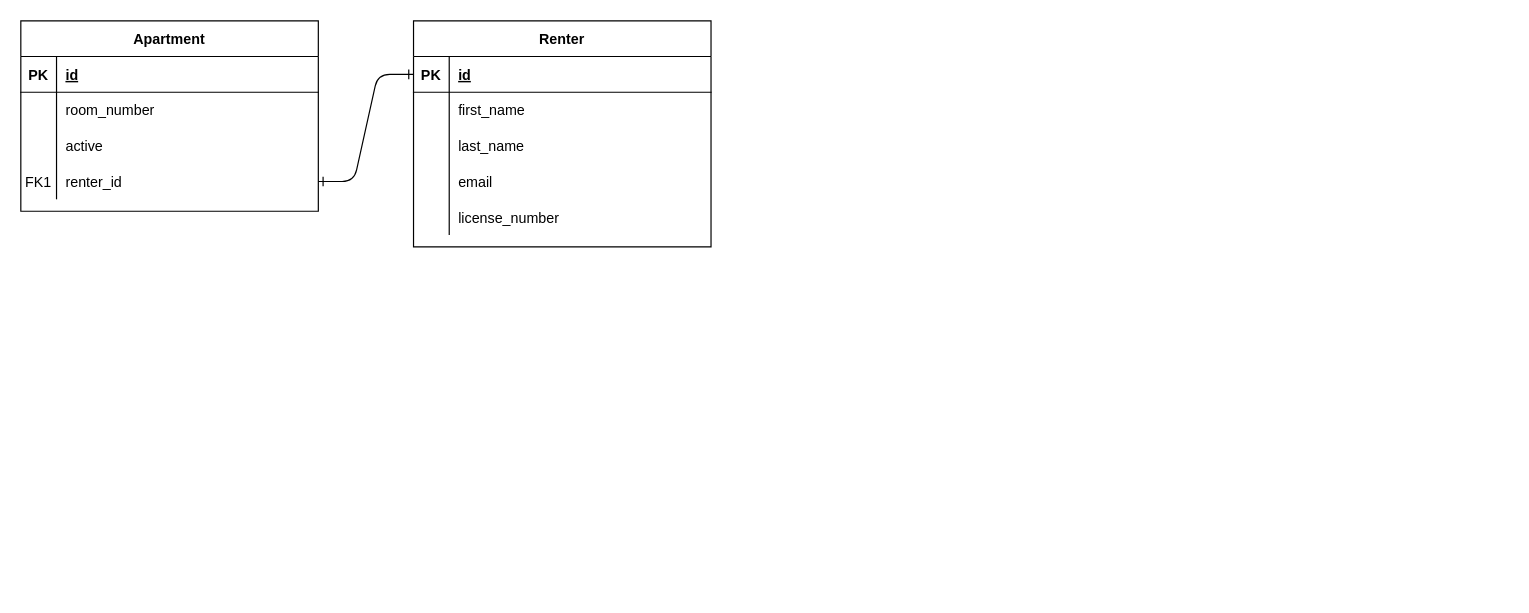
This is test.drawio from Iliya-creator/ERDs, a draw.io file, before an edit. Source tidied: cells renumbered, new cells numbered last; positions are measured from the earlier drawing's top-left corner, leaving out a move shared by most shapes. Both pictures are drawn from the tidied source at 119%, with x=0, y=0 at pixel (20, 20).
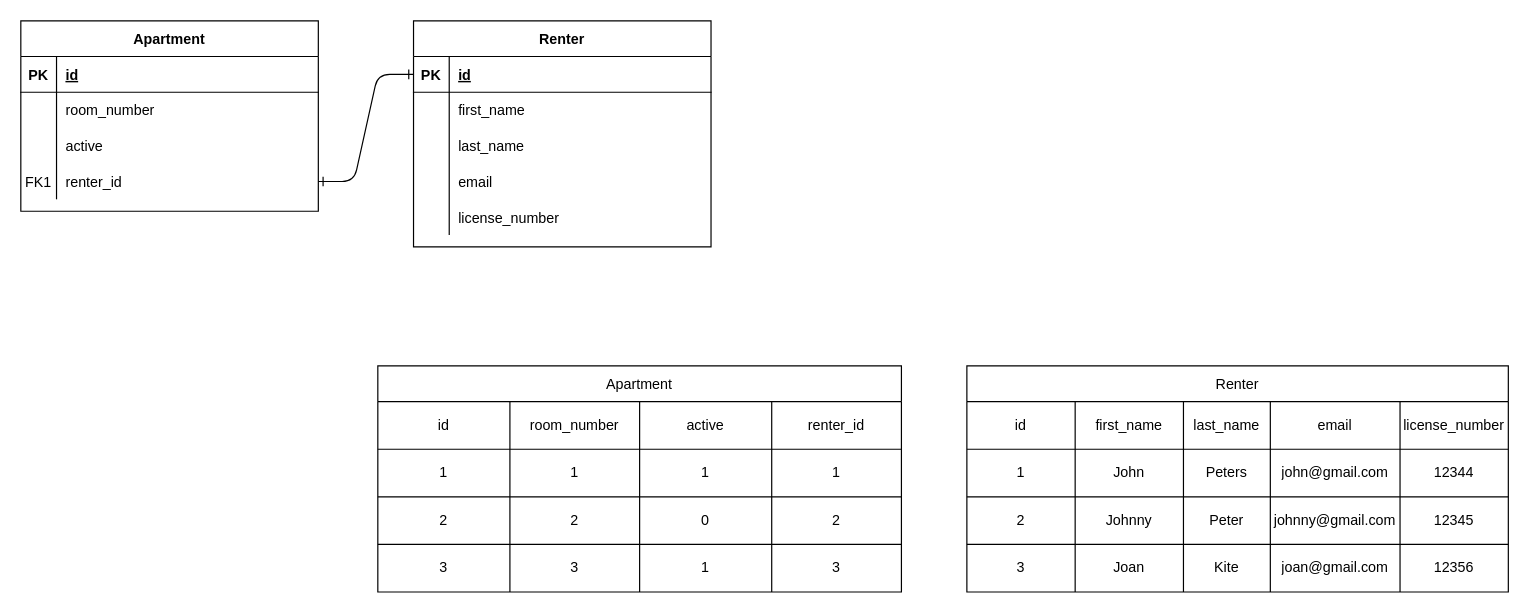
The same page after the edit.

Commit message:
added exercise 1.1 data tables

What changed in the source:
```diff
@@
+    <mxCell id="33" value="Apartment" style="shape=table;startSize=30;childLayout=tableLayout;" parent="1" vertex="1">
+      <mxGeometry x="300" y="290" width="440" height="190" as="geometry" />
+    </mxCell>
+    <mxCell id="34" style="shape=tableRow;horizontal=0;startSize=0;swimlaneHead=0;swimlaneBody=0;top=0;left=0;bottom=0;right=0;fillColor=none;" parent="33" vertex="1">
+      <mxGeometry y="30" width="440" height="40" as="geometry" />
+    </mxCell>
+    <mxCell id="35" value="id" style="shape=partialRectangle;html=1;whiteSpace=wrap;overflow=hidden;fillColor=none;top=0;left=0;bottom=0;right=0;" parent="34" vertex="1">
+      <mxGeometry width="111" height="40" as="geometry" />
+    </mxCell>
+    <mxCell id="36" value="room_number" style="shape=partialRectangle;html=1;whiteSpace=wrap;overflow=hidden;fillColor=none;top=0;left=0;bottom=0;right=0;" parent="34" vertex="1">
+      <mxGeometry x="111" width="109" height="40" as="geometry" />
+    </mxCell>
+    <mxCell id="37" value="active" style="shape=partialRectangle;html=1;whiteSpace=wrap;overflow=hidden;fillColor=none;top=0;left=0;bottom=0;right=0;" parent="34" vertex="1">
+      <mxGeometry x="220" width="111" height="40" as="geometry" />
+    </mxCell>
+    <mxCell id="38" value="renter_id" style="shape=partialRectangle;html=1;whiteSpace=wrap;overflow=hidden;fillColor=none;top=0;left=0;bottom=0;right=0;" parent="34" vertex="1">
+      <mxGeometry x="331" width="109" height="40" as="geometry" />
+    </mxCell>
+    <mxCell id="39" style="shape=tableRow;horizontal=0;startSize=0;swimlaneHead=0;swimlaneBody=0;top=0;left=0;bottom=0;right=0;fillColor=none;" parent="33" vertex="1">
+      <mxGeometry y="70" width="440" height="40" as="geometry" />
+    </mxCell>
+    <mxCell id="40" value="1" style="shape=partialRectangle;html=1;whiteSpace=wrap;overflow=hidden;fillColor=none;top=0;left=0;bottom=0;right=0;" parent="39" vertex="1">
+      <mxGeometry width="111" height="40" as="geometry" />
+    </mxCell>
+    <mxCell id="41" value="1" style="shape=partialRectangle;html=1;whiteSpace=wrap;overflow=hidden;fillColor=none;top=0;left=0;bottom=0;right=0;" parent="39" vertex="1">
+      <mxGeometry x="111" width="109" height="40" as="geometry" />
+    </mxCell>
+    <mxCell id="42" value="1" style="shape=partialRectangle;html=1;whiteSpace=wrap;overflow=hidden;fillColor=none;top=0;left=0;bottom=0;right=0;" parent="39" vertex="1">
+      <mxGeometry x="220" width="111" height="40" as="geometry" />
+    </mxCell>
+    <mxCell id="43" value="1" style="shape=partialRectangle;html=1;whiteSpace=wrap;overflow=hidden;fillColor=none;top=0;left=0;bottom=0;right=0;" parent="39" vertex="1">
+      <mxGeometry x="331" width="109" height="40" as="geometry" />
+    </mxCell>
+    <mxCell id="44" style="shape=tableRow;horizontal=0;startSize=0;swimlaneHead=0;swimlaneBody=0;top=0;left=0;bottom=0;right=0;fillColor=none;" parent="33" vertex="1">
+      <mxGeometry y="110" width="440" height="40" as="geometry" />
+    </mxCell>
+    <mxCell id="45" value="2" style="shape=partialRectangle;html=1;whiteSpace=wrap;overflow=hidden;fillColor=none;top=0;left=0;bottom=0;right=0;" parent="44" vertex="1">
+      <mxGeometry width="111" height="40" as="geometry" />
+    </mxCell>
+    <mxCell id="46" value="2" style="shape=partialRectangle;html=1;whiteSpace=wrap;overflow=hidden;fillColor=none;top=0;left=0;bottom=0;right=0;" parent="44" vertex="1">
+      <mxGeometry x="111" width="109" height="40" as="geometry" />
+    </mxCell>
+    <mxCell id="47" value="0" style="shape=partialRectangle;html=1;whiteSpace=wrap;overflow=hidden;fillColor=none;top=0;left=0;bottom=0;right=0;" parent="44" vertex="1">
+      <mxGeometry x="220" width="111" height="40" as="geometry" />
+    </mxCell>
+    <mxCell id="48" value="2" style="shape=partialRectangle;html=1;whiteSpace=wrap;overflow=hidden;fillColor=none;top=0;left=0;bottom=0;right=0;" parent="44" vertex="1">
+      <mxGeometry x="331" width="109" height="40" as="geometry" />
+    </mxCell>
+    <mxCell id="49" style="shape=tableRow;horizontal=0;startSize=0;swimlaneHead=0;swimlaneBody=0;top=0;left=0;bottom=0;right=0;fillColor=none;" parent="33" vertex="1">
+      <mxGeometry y="150" width="440" height="40" as="geometry" />
+    </mxCell>
+    <mxCell id="50" value="3" style="shape=partialRectangle;html=1;whiteSpace=wrap;overflow=hidden;fillColor=none;top=0;left=0;bottom=0;right=0;" parent="49" vertex="1">
+      <mxGeometry width="111" height="40" as="geometry" />
+    </mxCell>
+    <mxCell id="51" value="3" style="shape=partialRectangle;html=1;whiteSpace=wrap;overflow=hidden;fillColor=none;top=0;left=0;bottom=0;right=0;" parent="49" vertex="1">
+      <mxGeometry x="111" width="109" height="40" as="geometry" />
+    </mxCell>
+    <mxCell id="52" value="1" style="shape=partialRectangle;html=1;whiteSpace=wrap;overflow=hidden;fillColor=none;top=0;left=0;bottom=0;right=0;" parent="49" vertex="1">
+      <mxGeometry x="220" width="111" height="40" as="geometry" />
+    </mxCell>
+    <mxCell id="53" value="3" style="shape=partialRectangle;html=1;whiteSpace=wrap;overflow=hidden;fillColor=none;top=0;left=0;bottom=0;right=0;" parent="49" vertex="1">
+      <mxGeometry x="331" width="109" height="40" as="geometry" />
+    </mxCell>
+    <mxCell id="54" value="Renter" style="shape=table;startSize=30;childLayout=tableLayout;" parent="1" vertex="1">
+      <mxGeometry x="795" y="290" width="455" height="190" as="geometry" />
+    </mxCell>
+    <mxCell id="55" style="shape=tableRow;horizontal=0;startSize=0;swimlaneHead=0;swimlaneBody=0;top=0;left=0;bottom=0;right=0;fillColor=none;" parent="54" vertex="1">
+      <mxGeometry y="30" width="455" height="40" as="geometry" />
+    </mxCell>
+    <mxCell id="56" value="id" style="shape=partialRectangle;html=1;whiteSpace=wrap;overflow=hidden;fillColor=none;top=0;left=0;bottom=0;right=0;" parent="55" vertex="1">
+      <mxGeometry width="91" height="40" as="geometry" />
+    </mxCell>
+    <mxCell id="57" value="first_name" style="shape=partialRectangle;html=1;whiteSpace=wrap;overflow=hidden;fillColor=none;top=0;left=0;bottom=0;right=0;" parent="55" vertex="1">
+      <mxGeometry x="91" width="91" height="40" as="geometry" />
+    </mxCell>
+    <mxCell id="58" value="last_name" style="shape=partialRectangle;html=1;whiteSpace=wrap;overflow=hidden;fillColor=none;top=0;left=0;bottom=0;right=0;" parent="55" vertex="1">
+      <mxGeometry x="182" width="73" height="40" as="geometry" />
+    </mxCell>
+    <mxCell id="59" value="email" style="shape=partialRectangle;html=1;whiteSpace=wrap;overflow=hidden;fillColor=none;top=0;left=0;bottom=0;right=0;" parent="55" vertex="1">
+      <mxGeometry x="255" width="109" height="40" as="geometry" />
+    </mxCell>
+    <mxCell id="60" value="license_number" style="shape=partialRectangle;html=1;whiteSpace=wrap;overflow=hidden;fillColor=none;top=0;left=0;bottom=0;right=0;" parent="55" vertex="1">
+      <mxGeometry x="364" width="91" height="40" as="geometry" />
+    </mxCell>
+    <mxCell id="61" style="shape=tableRow;horizontal=0;startSize=0;swimlaneHead=0;swimlaneBody=0;top=0;left=0;bottom=0;right=0;fillColor=none;" parent="54" vertex="1">
+      <mxGeometry y="70" width="455" height="40" as="geometry" />
+    </mxCell>
+    <mxCell id="62" value="1" style="shape=partialRectangle;html=1;whiteSpace=wrap;overflow=hidden;fillColor=none;top=0;left=0;bottom=0;right=0;" parent="61" vertex="1">
+      <mxGeometry width="91" height="40" as="geometry" />
+    </mxCell>
+    <mxCell id="63" value="John" style="shape=partialRectangle;html=1;whiteSpace=wrap;overflow=hidden;fillColor=none;top=0;left=0;bottom=0;right=0;" parent="61" vertex="1">
+      <mxGeometry x="91" width="91" height="40" as="geometry" />
+    </mxCell>
+    <mxCell id="64" value="Peters" style="shape=partialRectangle;html=1;whiteSpace=wrap;overflow=hidden;fillColor=none;top=0;left=0;bottom=0;right=0;" parent="61" vertex="1">
+      <mxGeometry x="182" width="73" height="40" as="geometry" />
+    </mxCell>
+    <mxCell id="65" value="john@gmail.com" style="shape=partialRectangle;html=1;whiteSpace=wrap;overflow=hidden;fillColor=none;top=0;left=0;bottom=0;right=0;" parent="61" vertex="1">
+      <mxGeometry x="255" width="109" height="40" as="geometry" />
+    </mxCell>
+    <mxCell id="66" value="12344" style="shape=partialRectangle;html=1;whiteSpace=wrap;overflow=hidden;fillColor=none;top=0;left=0;bottom=0;right=0;" parent="61" vertex="1">
+      <mxGeometry x="364" width="91" height="40" as="geometry" />
+    </mxCell>
+    <mxCell id="67" style="shape=tableRow;horizontal=0;startSize=0;swimlaneHead=0;swimlaneBody=0;top=0;left=0;bottom=0;right=0;fillColor=none;" parent="54" vertex="1">
+      <mxGeometry y="110" width="455" height="40" as="geometry" />
+    </mxCell>
+    <mxCell id="68" value="2" style="shape=partialRectangle;html=1;whiteSpace=wrap;overflow=hidden;fillColor=none;top=0;left=0;bottom=0;right=0;" parent="67" vertex="1">
+      <mxGeometry width="91" height="40" as="geometry" />
+    </mxCell>
+    <mxCell id="69" value="Johnny" style="shape=partialRectangle;html=1;whiteSpace=wrap;overflow=hidden;fillColor=none;top=0;left=0;bottom=0;right=0;" parent="67" vertex="1">
+      <mxGeometry x="91" width="91" height="40" as="geometry" />
+    </mxCell>
+    <mxCell id="70" value="Peter" style="shape=partialRectangle;html=1;whiteSpace=wrap;overflow=hidden;fillColor=none;top=0;left=0;bottom=0;right=0;" parent="67" vertex="1">
+      <mxGeometry x="182" width="73" height="40" as="geometry" />
+    </mxCell>
+    <mxCell id="71" value="johnny@gmail.com" style="shape=partialRectangle;html=1;whiteSpace=wrap;overflow=hidden;fillColor=none;top=0;left=0;bottom=0;right=0;" parent="67" vertex="1">
+      <mxGeometry x="255" width="109" height="40" as="geometry" />
+    </mxCell>
+    <mxCell id="72" value="12345" style="shape=partialRectangle;html=1;whiteSpace=wrap;overflow=hidden;fillColor=none;top=0;left=0;bottom=0;right=0;" parent="67" vertex="1">
+      <mxGeometry x="364" width="91" height="40" as="geometry" />
+    </mxCell>
+    <mxCell id="73" style="shape=tableRow;horizontal=0;startSize=0;swimlaneHead=0;swimlaneBody=0;top=0;left=0;bottom=0;right=0;fillColor=none;" parent="54" vertex="1">
+      <mxGeometry y="150" width="455" height="40" as="geometry" />
+    </mxCell>
+    <mxCell id="74" value="3" style="shape=partialRectangle;html=1;whiteSpace=wrap;overflow=hidden;fillColor=none;top=0;left=0;bottom=0;right=0;" parent="73" vertex="1">
+      <mxGeometry width="91" height="40" as="geometry" />
+    </mxCell>
+    <mxCell id="75" value="Joan" style="shape=partialRectangle;html=1;whiteSpace=wrap;overflow=hidden;fillColor=none;top=0;left=0;bottom=0;right=0;" parent="73" vertex="1">
+      <mxGeometry x="91" width="91" height="40" as="geometry" />
+    </mxCell>
+    <mxCell id="76" value="Kite" style="shape=partialRectangle;html=1;whiteSpace=wrap;overflow=hidden;fillColor=none;top=0;left=0;bottom=0;right=0;" parent="73" vertex="1">
+      <mxGeometry x="182" width="73" height="40" as="geometry" />
+    </mxCell>
+    <mxCell id="77" value="joan@gmail.com" style="shape=partialRectangle;html=1;whiteSpace=wrap;overflow=hidden;fillColor=none;top=0;left=0;bottom=0;right=0;" parent="73" vertex="1">
+      <mxGeometry x="255" width="109" height="40" as="geometry" />
+    </mxCell>
+    <mxCell id="78" value="12356" style="shape=partialRectangle;html=1;whiteSpace=wrap;overflow=hidden;fillColor=none;top=0;left=0;bottom=0;right=0;" parent="73" vertex="1">
+      <mxGeometry x="364" width="91" height="40" as="geometry" />
+    </mxCell>
```
